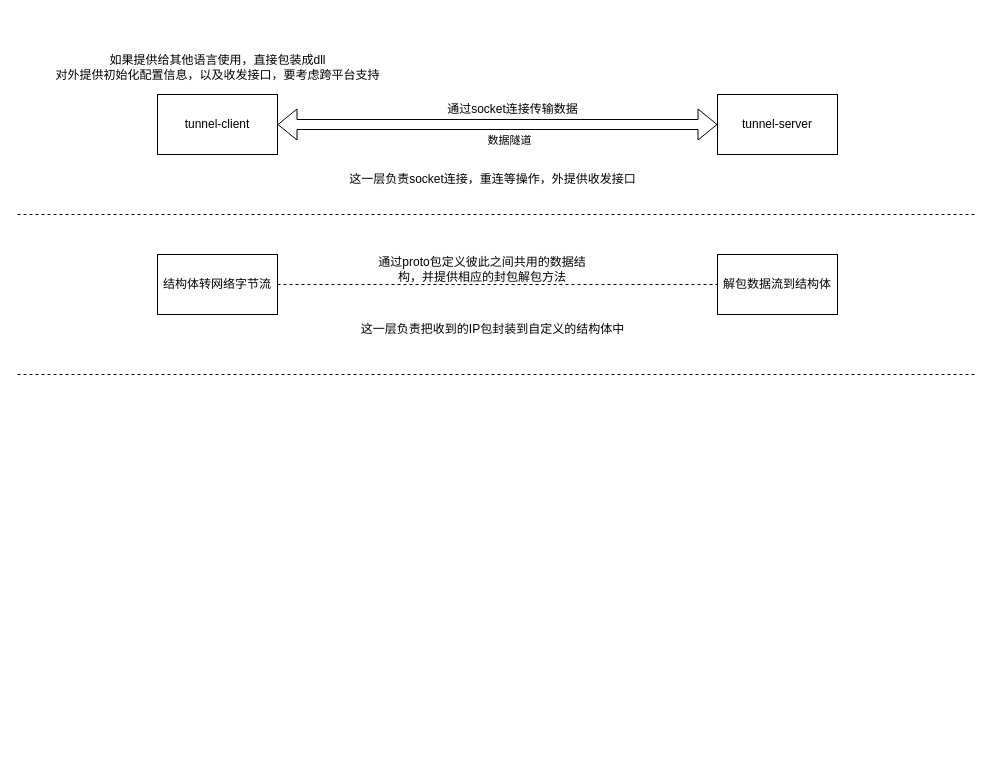
The draw.io diagram 未命名绘图.drawio in c0de-me/c0de, before the edit. Source tidied: cells renumbered, new cells numbered last; positions are measured from the earlier drawing's top-left corner, leaving out a move shared by most shapes. Both pictures are drawn from the tidied source at 100%, with x=0, y=0 at pixel (17, 47).
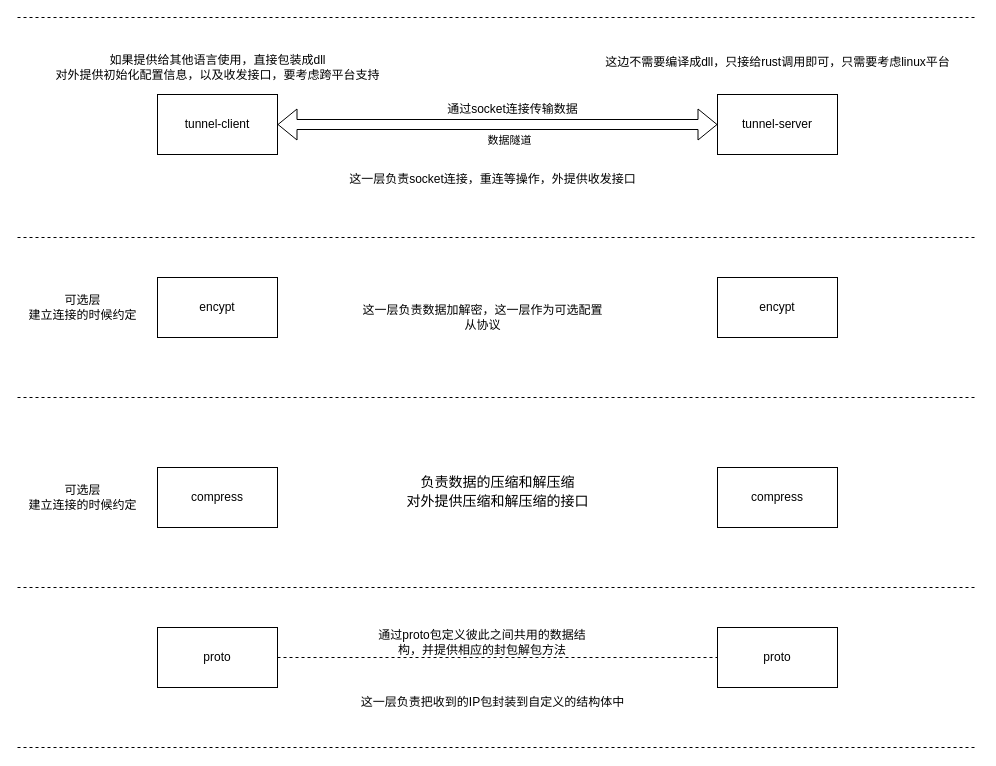
After the change.

Commit message:
更新未命名绘图.drawio

Diff of the diagram source:
```diff
@@
-    <mxCell id="4" value="结构体转网络字节流" style="rounded=0;whiteSpace=wrap;html=1;" parent="1" vertex="1">
-      <mxGeometry x="140" y="207" width="120" height="60" as="geometry" />
+    <mxCell id="4" value="proto" style="rounded=0;whiteSpace=wrap;html=1;" parent="1" vertex="1">
+      <mxGeometry x="140" y="580" width="120" height="60" as="geometry" />
     </mxCell>
-    <mxCell id="5" value="解包数据流到结构体" style="rounded=0;whiteSpace=wrap;html=1;" parent="1" vertex="1">
-      <mxGeometry x="700" y="207" width="120" height="60" as="geometry" />
+    <mxCell id="5" value="proto" style="rounded=0;whiteSpace=wrap;html=1;" parent="1" vertex="1">
+      <mxGeometry x="700" y="580" width="120" height="60" as="geometry" />
     </mxCell>
     <mxCell id="6" style="endArrow=none;dashed=1;html=1;rounded=0;" parent="1" edge="1">
       <mxGeometry relative="1" as="geometry">
-        <mxPoint y="167" as="sourcePoint" />
-        <mxPoint x="960" y="167" as="targetPoint" />
+        <mxPoint y="540" as="sourcePoint" />
+        <mxPoint x="960" y="540" as="targetPoint" />
       </mxGeometry>
     </mxCell>
@@
     <mxCell id="11" value="通过proto包定义彼此之间共用的数据结构，并提供相应的封包解包方法" style="text;html=1;align=center;verticalAlign=middle;whiteSpace=wrap;rounded=0;" parent="1" vertex="1">
-      <mxGeometry x="350" y="207" width="230" height="30" as="geometry" />
+      <mxGeometry x="350" y="580" width="230" height="30" as="geometry" />
     </mxCell>
     <mxCell id="12" style="endArrow=none;dashed=1;html=1;rounded=0;" parent="1" edge="1">
       <mxGeometry relative="1" as="geometry">
-        <mxPoint y="327" as="sourcePoint" />
-        <mxPoint x="960" y="327" as="targetPoint" />
+        <mxPoint y="700" as="sourcePoint" />
+        <mxPoint x="960" y="700" as="targetPoint" />
       </mxGeometry>
     </mxCell>
     <mxCell id="13" value="这一层负责把收到的IP包封装到自定义的结构体中" style="text;html=1;align=center;verticalAlign=middle;strokeColor=none;fillColor=none;" parent="1" vertex="1">
-      <mxGeometry x="330" y="267" width="290" height="30" as="geometry" />
+      <mxGeometry x="330" y="640" width="290" height="30" as="geometry" />
     </mxCell>
@@
+    <mxCell id="16" value="这边不需要编译成dll，只接给rust调用即可，只需要考虑linux平台" style="text;html=1;align=center;verticalAlign=middle;strokeColor=none;fillColor=none;" parent="1" vertex="1">
+      <mxGeometry x="575" width="370" height="30" as="geometry" />
+    </mxCell>
+    <mxCell id="17" value="encypt" style="rounded=0;whiteSpace=wrap;html=1;" parent="1" vertex="1">
+      <mxGeometry x="140" y="230" width="120" height="60" as="geometry" />
+    </mxCell>
+    <mxCell id="18" value="encypt" style="rounded=0;whiteSpace=wrap;html=1;" parent="1" vertex="1">
+      <mxGeometry x="700" y="230" width="120" height="60" as="geometry" />
+    </mxCell>
+    <mxCell id="19" style="endArrow=none;dashed=1;html=1;rounded=0;" parent="1" edge="1">
+      <mxGeometry relative="1" as="geometry">
+        <mxPoint y="-30" as="sourcePoint" />
+        <mxPoint x="960" y="-30" as="targetPoint" />
+      </mxGeometry>
+    </mxCell>
+    <mxCell id="20" value="这一层负责数据加解密，这一层作为可选配置&lt;div&gt;从协议&lt;/div&gt;" style="text;html=1;align=center;verticalAlign=middle;strokeColor=none;fillColor=none;" parent="1" vertex="1">
+      <mxGeometry x="335" y="250" width="260" height="40" as="geometry" />
+    </mxCell>
+    <mxCell id="21" style="endArrow=none;dashed=1;html=1;rounded=0;" parent="1" edge="1">
+      <mxGeometry relative="1" as="geometry">
+        <mxPoint y="190" as="sourcePoint" />
+        <mxPoint x="960" y="190" as="targetPoint" />
+      </mxGeometry>
+    </mxCell>
+    <mxCell id="22" value="compress" style="rounded=0;whiteSpace=wrap;html=1;" parent="1" vertex="1">
+      <mxGeometry x="140" y="420" width="120" height="60" as="geometry" />
+    </mxCell>
+    <mxCell id="23" value="compress" style="rounded=0;whiteSpace=wrap;html=1;" parent="1" vertex="1">
+      <mxGeometry x="700" y="420" width="120" height="60" as="geometry" />
+    </mxCell>
+    <mxCell id="24" value="&lt;div style=&quot;background-color: rgb(255, 255, 255); font-family: Consolas, &amp;quot;Courier New&amp;quot;, monospace; font-size: 14px; line-height: 19px; white-space-collapse: preserve;&quot;&gt;负责数据的压缩和解压缩&lt;/div&gt;&lt;div style=&quot;background-color: rgb(255, 255, 255); font-family: Consolas, &amp;quot;Courier New&amp;quot;, monospace; font-size: 14px; line-height: 19px; white-space-collapse: preserve;&quot;&gt;对外提供压缩和解压缩的接口&lt;/div&gt;" style="text;html=1;align=center;verticalAlign=middle;strokeColor=none;fillColor=none;" parent="1" vertex="1">
+      <mxGeometry x="375" y="420" width="210" height="50" as="geometry" />
+    </mxCell>
+    <mxCell id="25" style="endArrow=none;dashed=1;html=1;rounded=0;" parent="1" edge="1">
+      <mxGeometry relative="1" as="geometry">
+        <mxPoint y="350" as="sourcePoint" />
+        <mxPoint x="960" y="350" as="targetPoint" />
+      </mxGeometry>
+    </mxCell>
+    <mxCell id="26" value="可选层&lt;div&gt;建立连接的时候约定&lt;/div&gt;" style="text;html=1;align=center;verticalAlign=middle;strokeColor=none;fillColor=none;" parent="1" vertex="1">
+      <mxGeometry y="240" width="130" height="40" as="geometry" />
+    </mxCell>
+    <mxCell id="27" value="可选层&lt;div&gt;建立连接的时候约定&lt;/div&gt;" style="text;html=1;align=center;verticalAlign=middle;strokeColor=none;fillColor=none;" parent="1" vertex="1">
+      <mxGeometry y="430" width="130" height="40" as="geometry" />
+    </mxCell>
```
